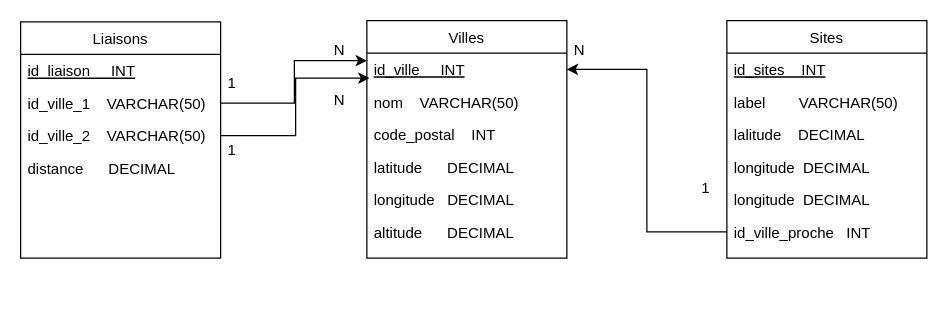
Before: projet_initineraire.drawio in CharlynChamptlon/sep24_cde_projet_itineraire, a draw.io diagram. Source tidied: cells renumbered, new cells numbered last; positions are measured from the earlier drawing's top-left corner, leaving out a move shared by most shapes. Both pictures are drawn from the tidied source at 125%, with x=0, y=0 at pixel (20, 20).
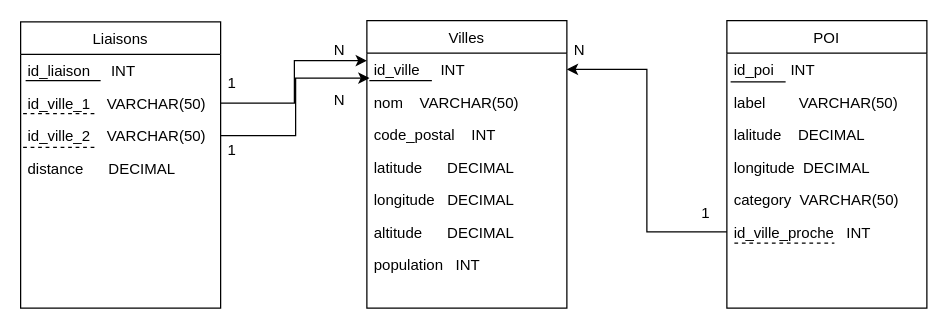
After the change.

Commit message (it also covers changes not shown here):
Mettre à jour projet_initineraire.drawio

The edit, as a diff of the source:
```diff
@@
     <mxCell id="2" value="Villes" style="swimlane;fontStyle=0;align=center;verticalAlign=top;horizontal=1;startSize=26;rounded=0;shadow=0;strokeWidth=1;" parent="1" vertex="1">
-      <mxGeometry x="277" width="160" height="190" as="geometry" />
+      <mxGeometry x="277" width="160" height="230" as="geometry" />
     </mxCell>
-    <mxCell id="3" value="id_ville     INT" style="text;align=left;verticalAlign=top;spacingLeft=4;spacingRight=4;overflow=hidden;points=[[0,0.5],[1,0.5]];portConstraint=eastwest;fontStyle=4;" parent="2" vertex="1">
+    <mxCell id="3" value="id_ville     INT" style="text;align=left;verticalAlign=top;spacingLeft=4;spacingRight=4;overflow=hidden;points=[[0,0.5],[1,0.5]];portConstraint=eastwest;fontStyle=0;" parent="2" vertex="1">
       <mxGeometry y="26" width="160" height="26" as="geometry" />
     </mxCell>
+    <mxCell id="30" style="endArrow=none;html=1;rounded=0;" parent="2" edge="1">
+      <mxGeometry relative="1" as="geometry">
+        <mxPoint x="2" y="48" as="sourcePoint" />
+        <mxPoint x="52" y="48" as="targetPoint" />
+      </mxGeometry>
+    </mxCell>
@@
+    <mxCell id="31" value="population   INT" style="text;align=left;verticalAlign=top;spacingLeft=4;spacingRight=4;overflow=hidden;rounded=0;shadow=0;html=0;" parent="2" vertex="1">
+      <mxGeometry y="182" width="160" height="26" as="geometry" />
+    </mxCell>
     <mxCell id="9" value="Liaisons" style="swimlane;fontStyle=0;align=center;verticalAlign=top;horizontal=1;startSize=26;rounded=0;shadow=0;strokeWidth=1;" parent="1" vertex="1">
-      <mxGeometry y="1" width="160" height="189" as="geometry" />
+      <mxGeometry y="1" width="160" height="229" as="geometry" />
     </mxCell>
-    <mxCell id="10" value="id_liaison     INT" style="text;align=left;verticalAlign=top;spacingLeft=4;spacingRight=4;overflow=hidden;fontStyle=4;" parent="9" vertex="1">
+    <mxCell id="10" value="id_liaison     INT" style="text;align=left;verticalAlign=top;spacingLeft=4;spacingRight=4;overflow=hidden;fontStyle=0;" parent="9" vertex="1">
       <mxGeometry y="26" width="160" height="26" as="geometry" />
     </mxCell>
+    <mxCell id="32" style="endArrow=none;html=1;rounded=0;" parent="9" edge="1">
+      <mxGeometry relative="1" as="geometry">
+        <mxPoint x="4" y="47" as="sourcePoint" />
+        <mxPoint x="64" y="47" as="targetPoint" />
+      </mxGeometry>
+    </mxCell>
@@
+    <mxCell id="33" style="endArrow=none;dashed=1;html=1;rounded=0;" parent="9" edge="1">
+      <mxGeometry relative="1" as="geometry">
+        <mxPoint x="2" y="73.3" as="sourcePoint" />
+        <mxPoint x="61" y="73.3" as="targetPoint" />
+      </mxGeometry>
+    </mxCell>
@@
+    <mxCell id="34" style="endArrow=none;dashed=1;html=1;rounded=0;" parent="9" edge="1">
+      <mxGeometry relative="1" as="geometry">
+        <mxPoint x="2" y="100.3" as="sourcePoint" />
+        <mxPoint x="61" y="100.3" as="targetPoint" />
+      </mxGeometry>
+    </mxCell>
@@
-    <mxCell id="14" value="Sites" style="swimlane;fontStyle=0;align=center;verticalAlign=top;horizontal=1;startSize=26;rounded=0;shadow=0;strokeWidth=1;" parent="1" vertex="1">
-      <mxGeometry x="565" width="160" height="190" as="geometry" />
+    <mxCell id="14" value="POI" style="swimlane;fontStyle=0;align=center;verticalAlign=top;horizontal=1;startSize=26;rounded=0;shadow=0;strokeWidth=1;" parent="1" vertex="1">
+      <mxGeometry x="565" width="160" height="230" as="geometry" />
     </mxCell>
-    <mxCell id="15" value="id_sites    INT" style="text;align=left;verticalAlign=top;spacingLeft=4;spacingRight=4;overflow=hidden;fontStyle=4;" parent="14" vertex="1">
+    <mxCell id="15" value="id_poi    INT" style="text;align=left;verticalAlign=top;spacingLeft=4;spacingRight=4;overflow=hidden;fontStyle=0;" parent="14" vertex="1">
       <mxGeometry y="26" width="160" height="26" as="geometry" />
     </mxCell>
+    <mxCell id="35" style="endArrow=none;html=1;rounded=0;" parent="14" edge="1">
+      <mxGeometry relative="1" as="geometry">
+        <mxPoint x="3" y="49" as="sourcePoint" />
+        <mxPoint x="47" y="49" as="targetPoint" />
+      </mxGeometry>
+    </mxCell>
@@
-    <mxCell id="19" value="longitude  DECIMAL" style="text;align=left;verticalAlign=top;spacingLeft=4;spacingRight=4;overflow=hidden;rounded=0;shadow=0;html=0;" parent="14" vertex="1">
+    <mxCell id="19" value="category  VARCHAR(50)" style="text;align=left;verticalAlign=top;spacingLeft=4;spacingRight=4;overflow=hidden;rounded=0;shadow=0;html=0;" parent="14" vertex="1">
       <mxGeometry y="130" width="160" height="26" as="geometry" />
     </mxCell>
@@
+    <mxCell id="36" style="endArrow=none;dashed=1;html=1;rounded=0;" parent="14" edge="1">
+      <mxGeometry relative="1" as="geometry">
+        <mxPoint x="6" y="178" as="sourcePoint" />
+        <mxPoint x="86" y="178" as="targetPoint" />
+      </mxGeometry>
+    </mxCell>
@@
     <mxCell id="23" value="1" style="text;align=left;verticalAlign=top;spacingLeft=4;spacingRight=4;overflow=hidden;rounded=0;shadow=0;html=0;" parent="1" vertex="1">
-      <mxGeometry x="539" y="120" width="32" height="26" as="geometry" />
+      <mxGeometry x="539" y="140" width="32" height="26" as="geometry" />
     </mxCell>
```
